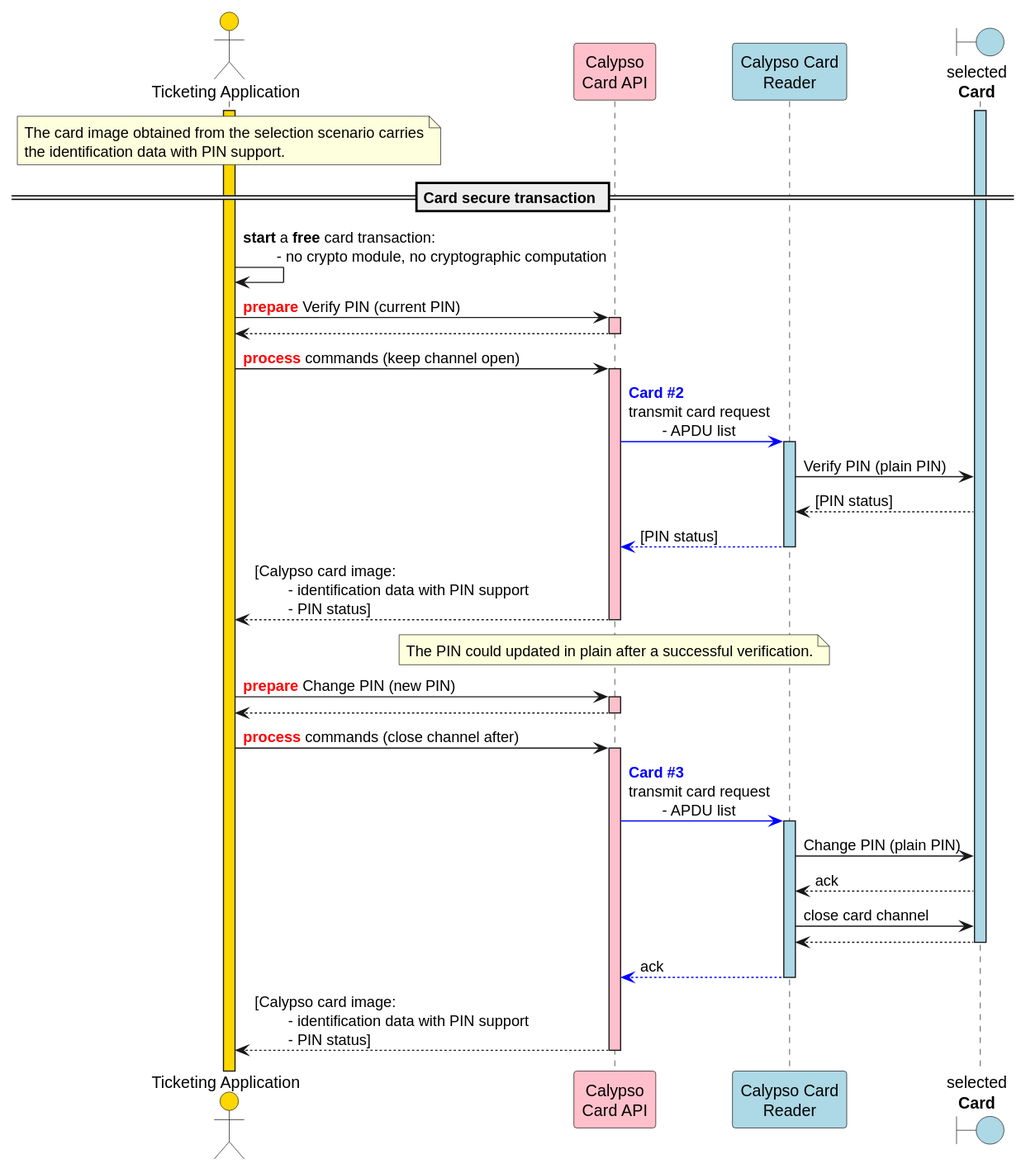
calypsonet/calypsonet-terminal-api-website keeps this PlantUML diagram as static/media/specifications/calypso_transaction_Verify_Change_Plain_PIN_sequence_diagram.svg. Above is the earlier version.
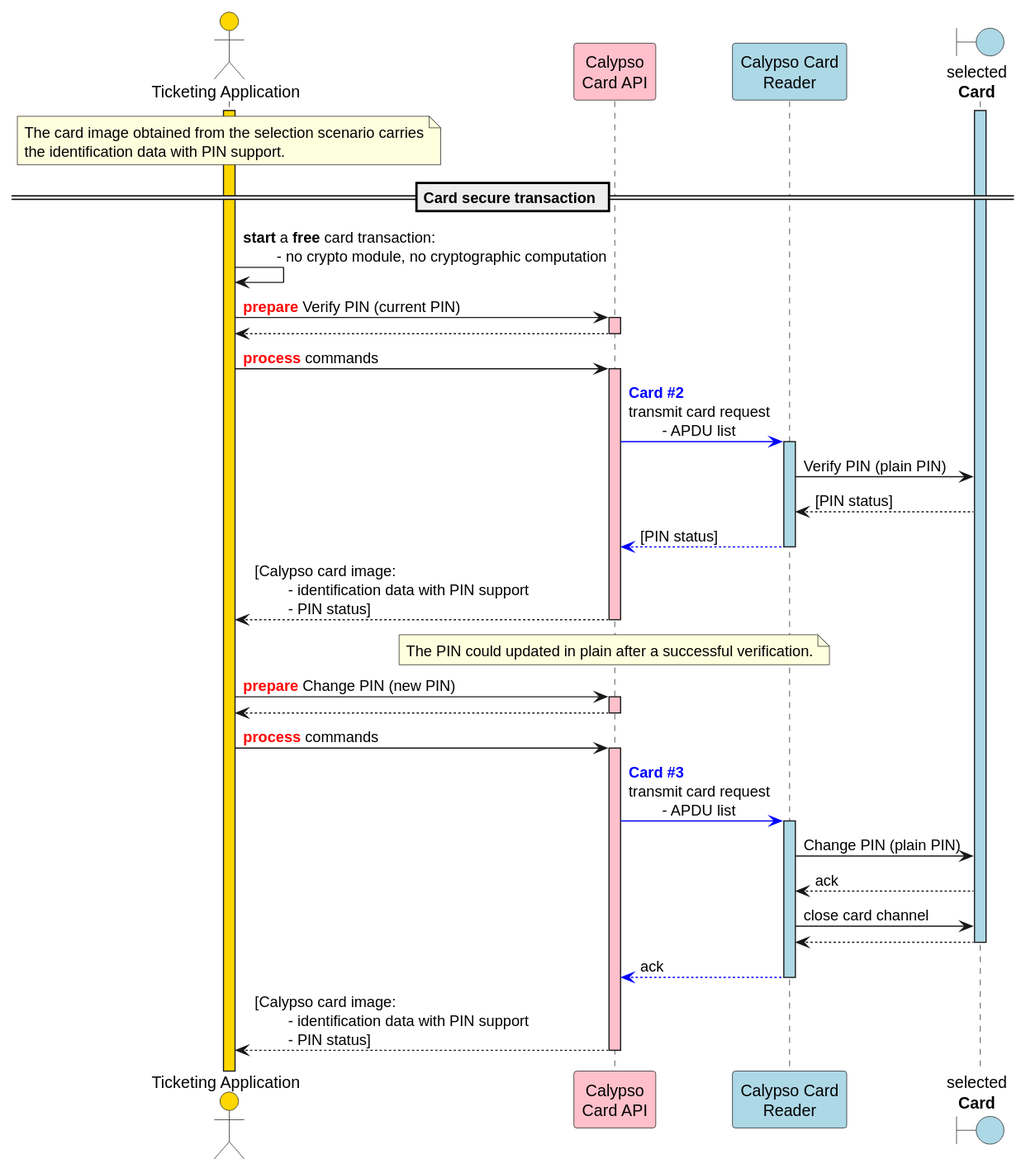
The same diagram one commit later.

The edit, as a diff of the source:
```diff
@@ -53,7 +53,7 @@
 capi-->app
 deactivate capi
 
-app->capi: <font color=red>**process**</font> commands (keep channel open)
+app->capi: <font color=red>**process**</font> commands
 activate capi  #pink
 
 capi-[#0000FF]>cardReader: <font color=blue>**Card #2**</font>\ntransmit card request\n\t- APDU list
@@ -77,7 +77,7 @@
 capi-->app
 deactivate capi
 
-app->capi: <font color=red>**process**</font> commands (close channel after)
+app->capi: <font color=red>**process**</font> commands
 activate capi  #pink
 
 capi-[#0000FF]>cardReader: <font color=blue>**Card #3**</font>\ntransmit card request\n\t- APDU list
```
